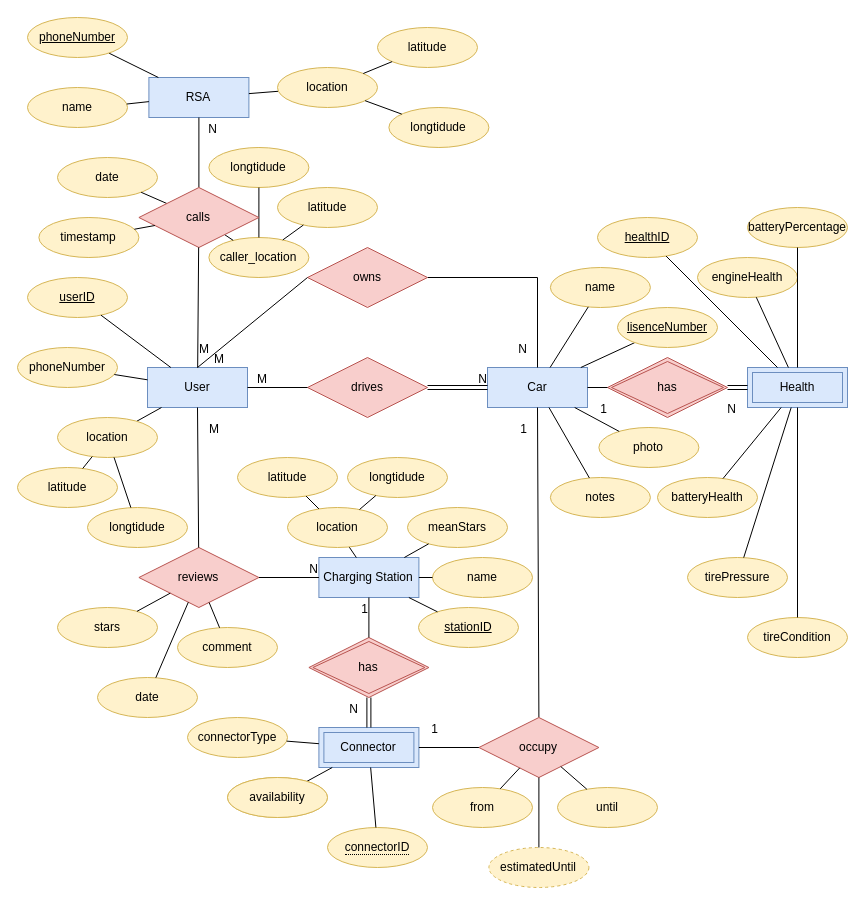
johnkouk469/DatabasesCourse2021 keeps this draw.io diagram as EVPoint ERdiagram.drawio. Above is the earlier version. Source tidied: cells renumbered, new cells numbered last; positions are measured from the earlier drawing's top-left corner, leaving out a move shared by most shapes. Both pictures are drawn from the tidied source at 100%, with x=0, y=0 at pixel (17, 17).
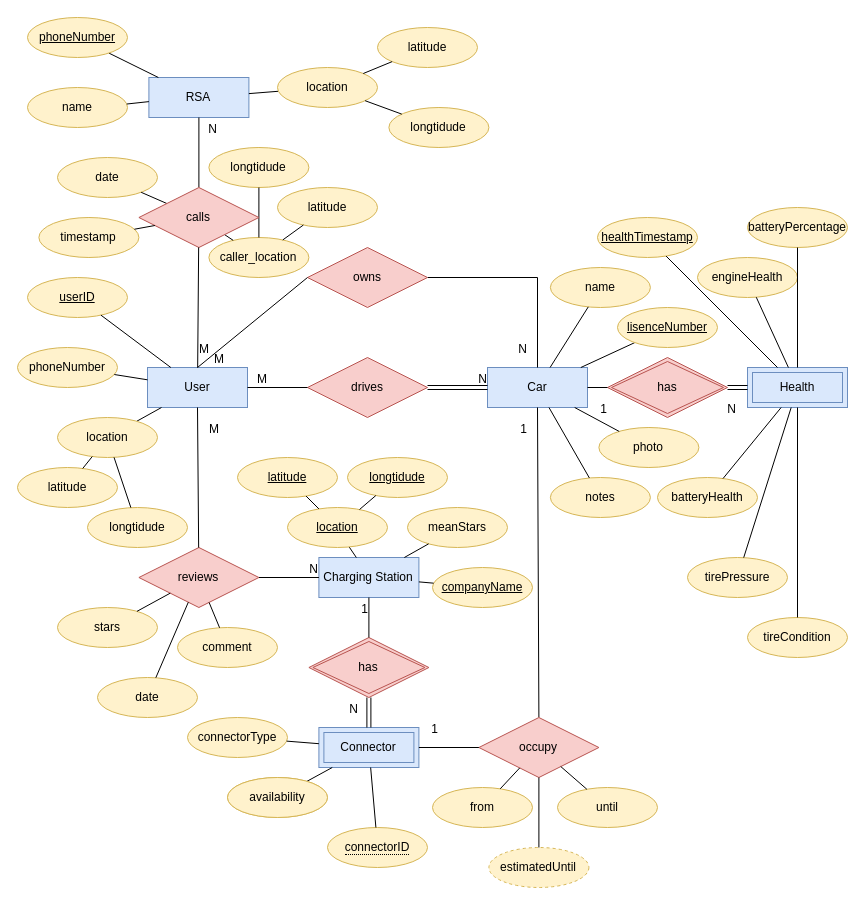
The same page after the edit.

Unchanged cells that the change refers to:
```xml
<mxCell id="3" value="Charging Station" style="whiteSpace=wrap;html=1;align=center;fillColor=#dae8fc;strokeColor=#6c8ebf;" parent="1" vertex="1">
  <mxGeometry x="301.4" y="540" width="100" height="40" as="geometry" />
</mxCell>
```

The edit, as a diff of the source:
```diff
@@
-    <mxCell id="77" value="location" style="ellipse;whiteSpace=wrap;html=1;align=center;fillColor=#fff2cc;strokeColor=#d6b656;" parent="1" vertex="1">
+    <mxCell id="77" value="&lt;u&gt;location&lt;/u&gt;" style="ellipse;whiteSpace=wrap;html=1;align=center;fillColor=#fff2cc;strokeColor=#d6b656;" parent="1" vertex="1">
       <mxGeometry x="270" y="490" width="100" height="40" as="geometry" />
     </mxCell>
-    <mxCell id="78" value="latitude" style="ellipse;whiteSpace=wrap;html=1;align=center;fillColor=#fff2cc;strokeColor=#d6b656;" parent="1" vertex="1">
+    <mxCell id="78" value="latitude" style="ellipse;whiteSpace=wrap;html=1;align=center;fillColor=#fff2cc;strokeColor=#d6b656;fontStyle=4;" parent="1" vertex="1">
       <mxGeometry x="220" y="440" width="100" height="40" as="geometry" />
     </mxCell>
-    <mxCell id="79" value="longtidude" style="ellipse;whiteSpace=wrap;html=1;align=center;fillColor=#fff2cc;strokeColor=#d6b656;" parent="1" vertex="1">
+    <mxCell id="79" value="longtidude" style="ellipse;whiteSpace=wrap;html=1;align=center;fillColor=#fff2cc;strokeColor=#d6b656;fontStyle=4;" parent="1" vertex="1">
       <mxGeometry x="330" y="440" width="100" height="40" as="geometry" />
     </mxCell>
@@
-    <mxCell id="95" value="stationID" style="ellipse;whiteSpace=wrap;html=1;align=center;fontStyle=4;fillColor=#fff2cc;strokeColor=#d6b656;" parent="1" vertex="1">
-      <mxGeometry x="401" y="590" width="100" height="40" as="geometry" />
+    <mxCell id="95" value="companyName" style="ellipse;whiteSpace=wrap;html=1;align=center;fontStyle=4;fillColor=#fff2cc;strokeColor=#d6b656;" parent="1" vertex="1">
+      <mxGeometry x="415" y="550" width="100" height="40" as="geometry" />
     </mxCell>
@@
-    <mxCell id="97" value="name" style="ellipse;whiteSpace=wrap;html=1;align=center;fillColor=#fff2cc;strokeColor=#d6b656;" parent="1" vertex="1">
-      <mxGeometry x="415" y="540" width="100" height="40" as="geometry" />
-    </mxCell>
-    <mxCell id="98" style="endArrow=none;html=1;rounded=0;" parent="1" edge="1" source="3" target="97">
-      <mxGeometry relative="1" as="geometry" />
-    </mxCell>
@@
-    <mxCell id="113" value="healthID" style="ellipse;whiteSpace=wrap;html=1;align=center;fontStyle=4;fillColor=#fff2cc;strokeColor=#d6b656;" parent="1" vertex="1">
+    <mxCell id="113" value="healthTimestamp" style="ellipse;whiteSpace=wrap;html=1;align=center;fontStyle=4;fillColor=#fff2cc;strokeColor=#d6b656;" parent="1" vertex="1">
       <mxGeometry x="580" y="200" width="100" height="40" as="geometry" />
     </mxCell>
```
